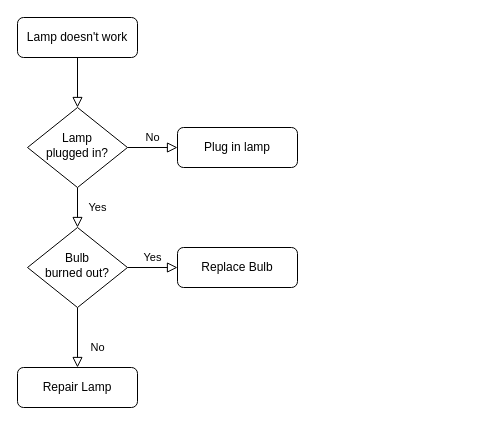
This is 短链接系统.drawio from Pandaxia8/Test, a draw.io file, before an edit. Source tidied: cells renumbered, new cells numbered last; positions are measured from the earlier drawing's top-left corner, leaving out a move shared by most shapes. Both pictures are drawn from the tidied source at 100%, with x=0, y=0 at pixel (17, 17).
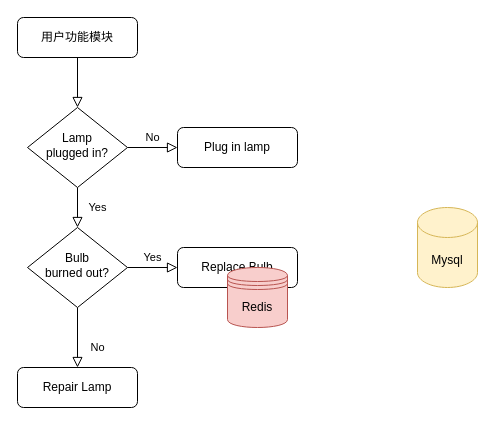
After the change.

Commit message (it also covers changes not shown here):
更新短链接系统.drawio

What changed in the source:
```diff
@@
 <mxGraphModel>
   <root>
     <mxCell id="0" />
     <mxCell id="1" parent="0" />
     <mxCell id="2" style="rounded=0;html=1;jettySize=auto;fontSize=11;endArrow=block;endFill=0;endSize=8;strokeWidth=1;shadow=0;labelBackgroundColor=none;edgeStyle=orthogonalEdgeStyle;" parent="1" edge="1" source="3" target="6">
       <mxGeometry relative="1" as="geometry" />
     </mxCell>
-    <mxCell id="3" value="Lamp doesn't work" style="rounded=1;whiteSpace=wrap;html=1;fontSize=12;glass=0;strokeWidth=1;shadow=0;" parent="1" vertex="1">
+    <mxCell id="3" value="用户功能模块" style="rounded=1;whiteSpace=wrap;html=1;fontSize=12;glass=0;strokeWidth=1;shadow=0;" parent="1" vertex="1">
       <mxGeometry width="120" height="40" as="geometry" />
     </mxCell>
     <mxCell id="4" value="Yes" style="rounded=0;html=1;jettySize=auto;fontSize=11;endArrow=block;endFill=0;endSize=8;strokeWidth=1;shadow=0;labelBackgroundColor=none;edgeStyle=orthogonalEdgeStyle;" parent="1" edge="1" source="6" target="10">
       <mxGeometry y="20" relative="1" as="geometry" />
     </mxCell>
     <mxCell id="5" value="No" style="edgeStyle=orthogonalEdgeStyle;rounded=0;html=1;jettySize=auto;fontSize=11;endArrow=block;endFill=0;endSize=8;strokeWidth=1;shadow=0;labelBackgroundColor=none;" parent="1" edge="1" source="6" target="7">
       <mxGeometry y="10" relative="1" as="geometry" />
     </mxCell>
     <mxCell id="6" value="Lamp&lt;br&gt;plugged in?" style="rhombus;whiteSpace=wrap;html=1;shadow=0;fontFamily=Helvetica;fontSize=12;align=center;strokeWidth=1;spacing=6;spacingTop=-4;" parent="1" vertex="1">
       <mxGeometry x="10" y="90" width="100" height="80" as="geometry" />
     </mxCell>
     <mxCell id="7" value="Plug in lamp" style="rounded=1;whiteSpace=wrap;html=1;fontSize=12;glass=0;strokeWidth=1;shadow=0;" parent="1" vertex="1">
       <mxGeometry x="160" y="110" width="120" height="40" as="geometry" />
     </mxCell>
     <mxCell id="8" value="No" style="rounded=0;html=1;jettySize=auto;fontSize=11;endArrow=block;endFill=0;endSize=8;strokeWidth=1;shadow=0;labelBackgroundColor=none;edgeStyle=orthogonalEdgeStyle;" parent="1" edge="1" source="10" target="11">
       <mxGeometry x="0.33" y="20" relative="1" as="geometry" />
     </mxCell>
     <mxCell id="9" value="Yes" style="edgeStyle=orthogonalEdgeStyle;rounded=0;html=1;jettySize=auto;fontSize=11;endArrow=block;endFill=0;endSize=8;strokeWidth=1;shadow=0;labelBackgroundColor=none;" parent="1" edge="1" source="10" target="12">
       <mxGeometry y="10" relative="1" as="geometry" />
     </mxCell>
     <mxCell id="10" value="Bulb&lt;br&gt;burned out?" style="rhombus;whiteSpace=wrap;html=1;shadow=0;fontFamily=Helvetica;fontSize=12;align=center;strokeWidth=1;spacing=6;spacingTop=-4;" parent="1" vertex="1">
       <mxGeometry x="10" y="210" width="100" height="80" as="geometry" />
     </mxCell>
     <mxCell id="11" value="Repair Lamp" style="rounded=1;whiteSpace=wrap;html=1;fontSize=12;glass=0;strokeWidth=1;shadow=0;" parent="1" vertex="1">
       <mxGeometry y="350" width="120" height="40" as="geometry" />
     </mxCell>
     <mxCell id="12" value="Replace Bulb" style="rounded=1;whiteSpace=wrap;html=1;fontSize=12;glass=0;strokeWidth=1;shadow=0;" parent="1" vertex="1">
       <mxGeometry x="160" y="230" width="120" height="40" as="geometry" />
     </mxCell>
+    <mxCell id="13" value="Mysql" style="shape=cylinder3;whiteSpace=wrap;html=1;boundedLbl=1;backgroundOutline=1;size=15;fillColor=#fff2cc;strokeColor=#d6b656;" parent="1" vertex="1">
+      <mxGeometry x="400" y="190" width="60" height="80" as="geometry" />
+    </mxCell>
+    <mxCell id="14" value="Redis" style="shape=datastore;whiteSpace=wrap;html=1;fillColor=#f8cecc;strokeColor=#b85450;" parent="1" vertex="1">
+      <mxGeometry x="210" y="250" width="60" height="60" as="geometry" />
+    </mxCell>
   </root>
 </mxGraphModel>
```
